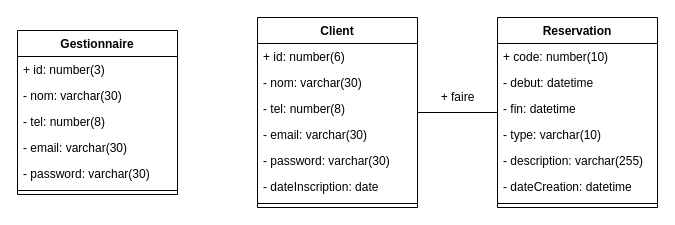
Before: class diagram.drawio in HazemKaroui/Conception-projet-lavage, a draw.io diagram. Source tidied: cells renumbered, new cells numbered last; positions are measured from the earlier drawing's top-left corner, leaving out a move shared by most shapes. Both pictures are drawn from the tidied source at 100%, with x=0, y=0 at pixel (17, 17).
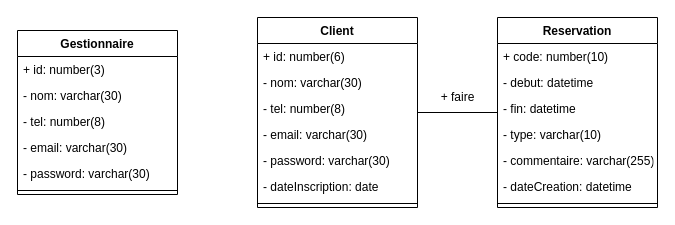
The same page after the edit.

Unchanged cells that the change refers to:
```xml
<mxCell id="17" value="Reservation" style="swimlane;fontStyle=1;align=center;verticalAlign=top;horizontal=1;startSize=26;" parent="1" vertex="1">
  <mxGeometry x="480" width="160" height="190" as="geometry" />
</mxCell>
```

The edit, as a diff of the source:
```diff
@@
-    <mxCell id="22" value="- description: varchar(255)" style="text;strokeColor=none;fillColor=none;align=left;verticalAlign=top;spacingLeft=4;spacingRight=4;overflow=hidden;" parent="17" vertex="1">
+    <mxCell id="22" value="- commentaire: varchar(255)" style="text;strokeColor=none;fillColor=none;align=left;verticalAlign=top;spacingLeft=4;spacingRight=4;overflow=hidden;" parent="17" vertex="1">
       <mxGeometry y="130" width="160" height="26" as="geometry" />
     </mxCell>
```
